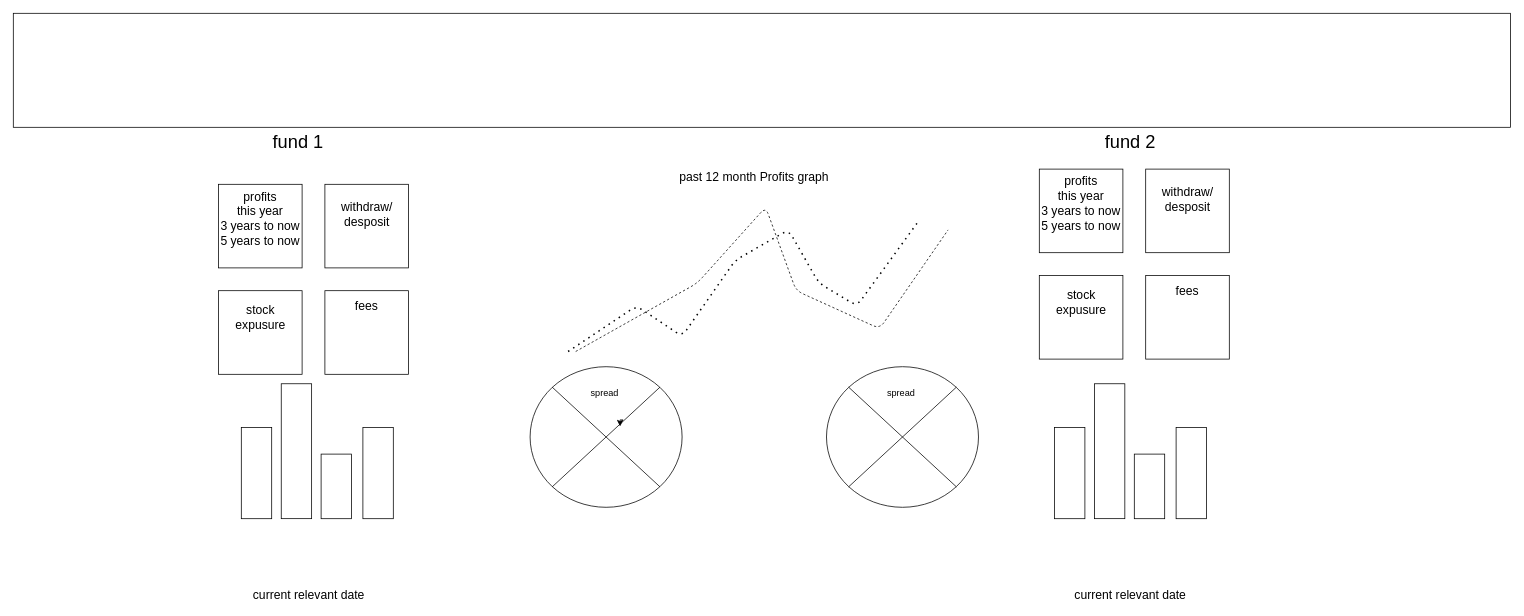
Above: page "Page-1" (1 of 6) of mid course project/src/App Diagram.drawio in orisailes/Appleseeds-Bootcamp (draw.io), before the change. Source tidied: cells renumbered, new cells numbered last; positions are measured from the earlier drawing's top-left corner, leaving out a move shared by most shapes. Both pictures are drawn from the tidied source at 76%, with x=0, y=0 at pixel (13, 13).
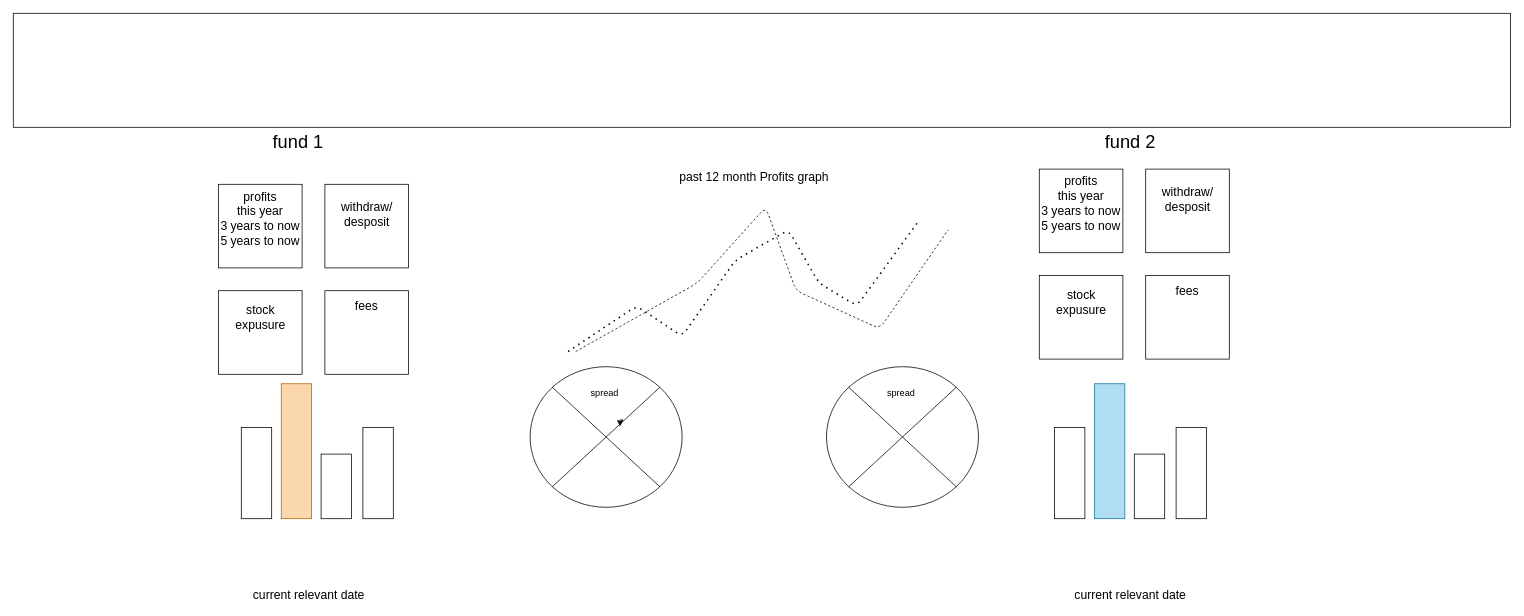
Above is the later version.

Change to the diagram source:
```diff
@@
-    <mxCell id="28" style="rounded=0;whiteSpace=wrap;html=1;rotation=-90;" parent="1" vertex="1">
+    <mxCell id="28" style="rounded=0;whiteSpace=wrap;html=1;rotation=-90;fillColor=#fad7ac;strokeColor=#b46504;" parent="1" vertex="1">
       <mxGeometry x="283.8" y="556.2" width="177.5" height="40" as="geometry" />
     </mxCell>
@@
-    <mxCell id="32" style="rounded=0;whiteSpace=wrap;html=1;rotation=-90;" parent="1" vertex="1">
+    <mxCell id="32" style="rounded=0;whiteSpace=wrap;html=1;rotation=-90;fillColor=#b1ddf0;strokeColor=#10739e;" parent="1" vertex="1">
       <mxGeometry x="1353.8" y="556.2" width="177.5" height="40" as="geometry" />
     </mxCell>
```
